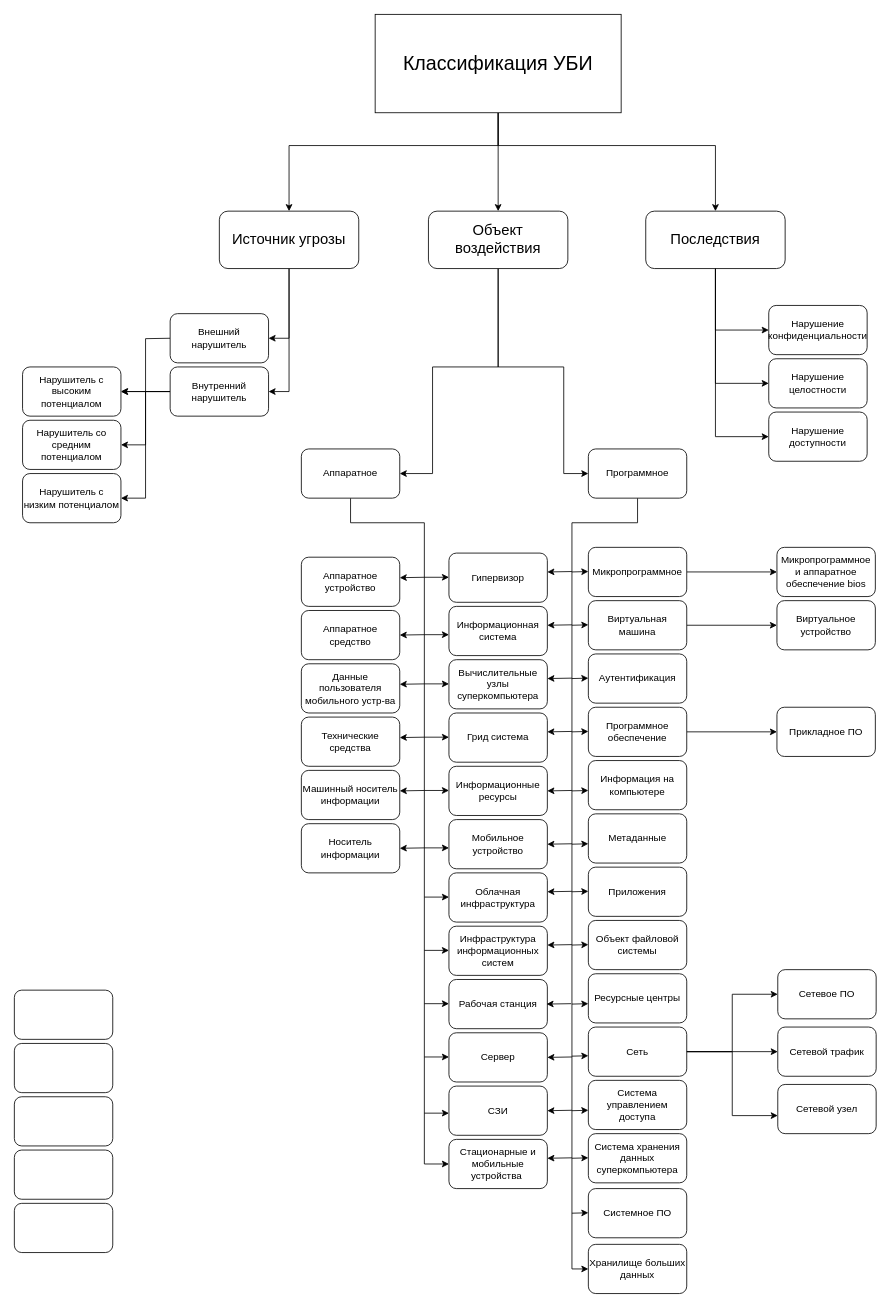
The draw.io diagram ТОКБ1.drawio in 1DeMeNToR1/D-D-Helper, before the edit. Source tidied: cells renumbered, new cells numbered last; positions are measured from the earlier drawing's top-left corner, leaving out a move shared by most shapes. Both pictures are drawn from the tidied source at 82%, with x=0, y=0 at pixel (14, 14).
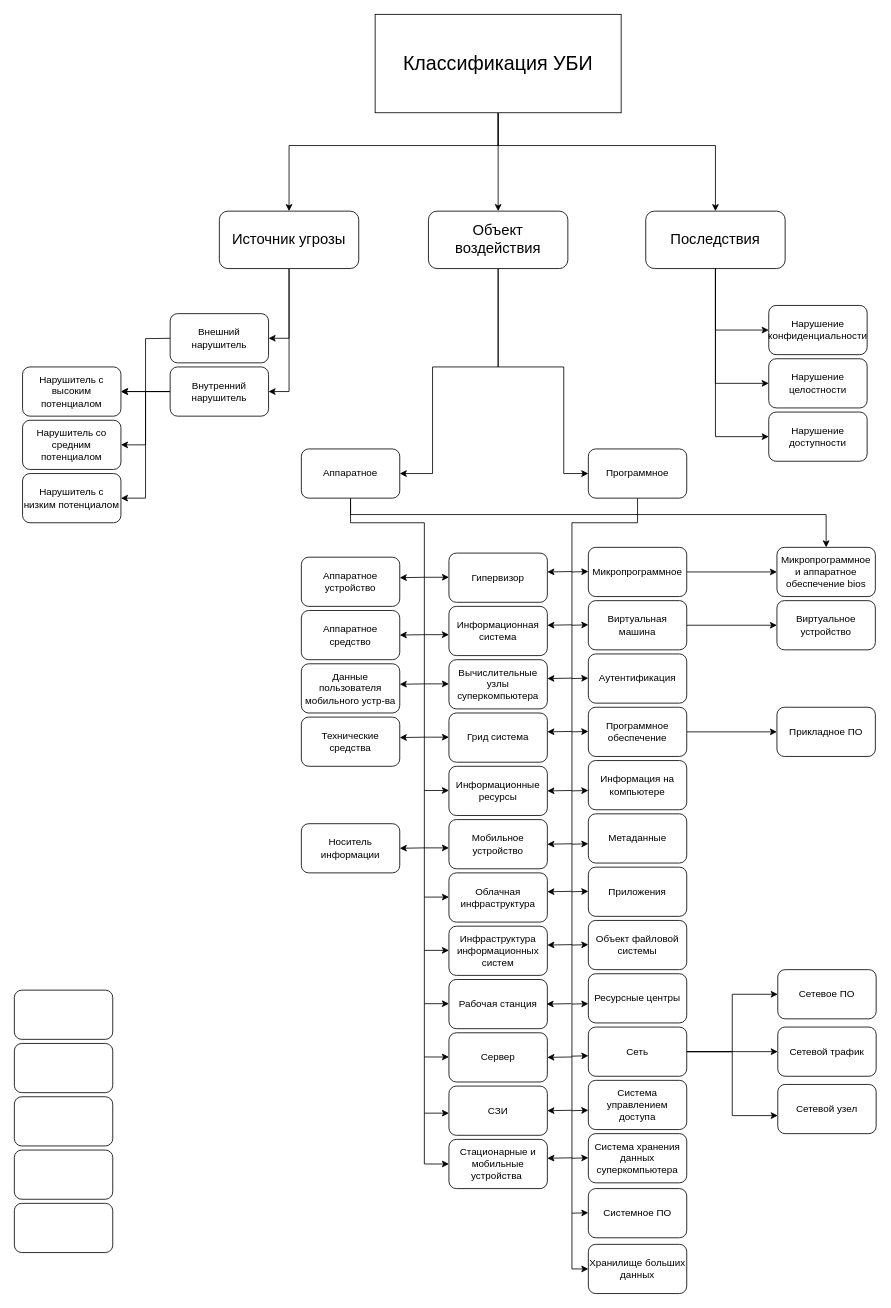
The same diagram, later.

The change refers to these unchanged cells:
```xml
<mxCell id="29" value="Аппаратное" style="rounded=1;whiteSpace=wrap;html=1;" parent="1" vertex="1">
  <mxGeometry x="350" y="530" width="120" height="60" as="geometry" />
</mxCell>
<mxCell id="60" value="Микропрограммное и аппаратное обеспечение bios" style="rounded=1;whiteSpace=wrap;html=1;" parent="1" vertex="1">
  <mxGeometry x="930" y="650" width="120" height="60" as="geometry" />
</mxCell>
```

The edit, as a diff of the source:
```diff
@@
+    <mxCell id="123" style="edgeStyle=orthogonalEdgeStyle;rounded=0;jettySize=auto;html=1;entryX=0.5;entryY=0;entryDx=0;entryDy=0;" parent="1" edge="1" source="29" target="60">
+      <mxGeometry relative="1" as="geometry">
+        <Array as="points">
+          <mxPoint x="410" y="610" />
+          <mxPoint x="990" y="610" />
+        </Array>
+      </mxGeometry>
+    </mxCell>
@@
-    <mxCell id="38" value="Машинный носитель информации" style="rounded=1;whiteSpace=wrap;html=1;" parent="1" vertex="1">
-      <mxGeometry x="350" y="922" width="120" height="60" as="geometry" />
-    </mxCell>
@@
-    <mxCell id="105" style="endArrow=classic;html=1;rounded=0;" parent="1" edge="1">
-      <mxGeometry relative="1" as="geometry">
-        <mxPoint x="500" y="946.5" as="sourcePoint" />
-        <mxPoint x="470" y="947" as="targetPoint" />
-      </mxGeometry>
-    </mxCell>
```
